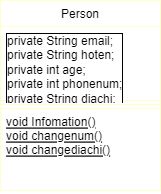
This is baimot/src/Lab3/Untitled Diagram.drawio.png from nguyendaobach/PRO192, a draw.io export, as it was before one commit. Source tidied: cells renumbered, new cells last; positions are measured from the earlier drawing's top-left corner, leaving out a move shared by most shapes.
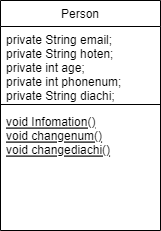
The same file after the commit.

The edit, as a diff of the source:
```diff
@@ -2,16 +2,16 @@
   <root>
     <mxCell id="0" />
     <mxCell id="1" parent="0" />
-    <mxCell id="2" value="Person" style="swimlane;fontStyle=0;align=center;verticalAlign=top;horizontal=1;startSize=26;rounded=0;shadow=0;strokeWidth=1;strokeColor=#FFFFCC;" parent="1" vertex="1">
-      <mxGeometry width="160" height="190" as="geometry" />
+    <mxCell id="2" value="Person" style="swimlane;fontStyle=0;align=center;verticalAlign=top;horizontal=1;startSize=26;rounded=0;shadow=0;strokeWidth=1;" parent="1" vertex="1">
+      <mxGeometry width="160" height="230" as="geometry" />
     </mxCell>
-    <mxCell id="3" value="private String email;&lt;br&gt;private String hoten;&lt;br&gt;private int age;&lt;br&gt;private int phonenum;&lt;br&gt;private String diachi;&amp;nbsp;" style="text;align=left;verticalAlign=top;spacingLeft=4;spacingRight=4;overflow=hidden;strokeColor=#FFFFCC;fontColor=#000000;labelBackgroundColor=default;labelBorderColor=default;whiteSpace=wrap;html=1;" parent="2" vertex="1">
+    <mxCell id="3" value="private String email;&#10;private String hoten;&#10;private int age;&#10;private int phonenum;&#10;private String diachi; " style="text;align=left;verticalAlign=top;spacingLeft=4;spacingRight=4;overflow=hidden;" parent="2" vertex="1">
       <mxGeometry y="26" width="160" height="74" as="geometry" />
     </mxCell>
-    <mxCell id="4" style="line;html=1;strokeWidth=1;align=left;verticalAlign=middle;spacingTop=-1;spacingLeft=3;spacingRight=3;labelPosition=right;strokeColor=#FFFFCC;" parent="2" vertex="1">
+    <mxCell id="4" style="line;html=1;strokeWidth=1;align=left;verticalAlign=middle;spacingTop=-1;spacingLeft=3;spacingRight=3;labelPosition=right;" parent="2" vertex="1">
       <mxGeometry y="100" width="160" height="8" as="geometry" />
     </mxCell>
-    <mxCell id="5" value="void Infomation()&#10;void changenum()&#10;void changediachi()" style="text;align=left;verticalAlign=top;spacingLeft=4;spacingRight=4;overflow=hidden;fontStyle=4;strokeColor=#FFFFCC;fontColor=#000000;" parent="2" vertex="1">
+    <mxCell id="5" value="void Infomation()&#10;void changenum()&#10;void changediachi()" style="text;align=left;verticalAlign=top;spacingLeft=4;spacingRight=4;overflow=hidden;fontStyle=4;" parent="2" vertex="1">
       <mxGeometry y="108" width="160" height="82" as="geometry" />
     </mxCell>
   </root>
```
